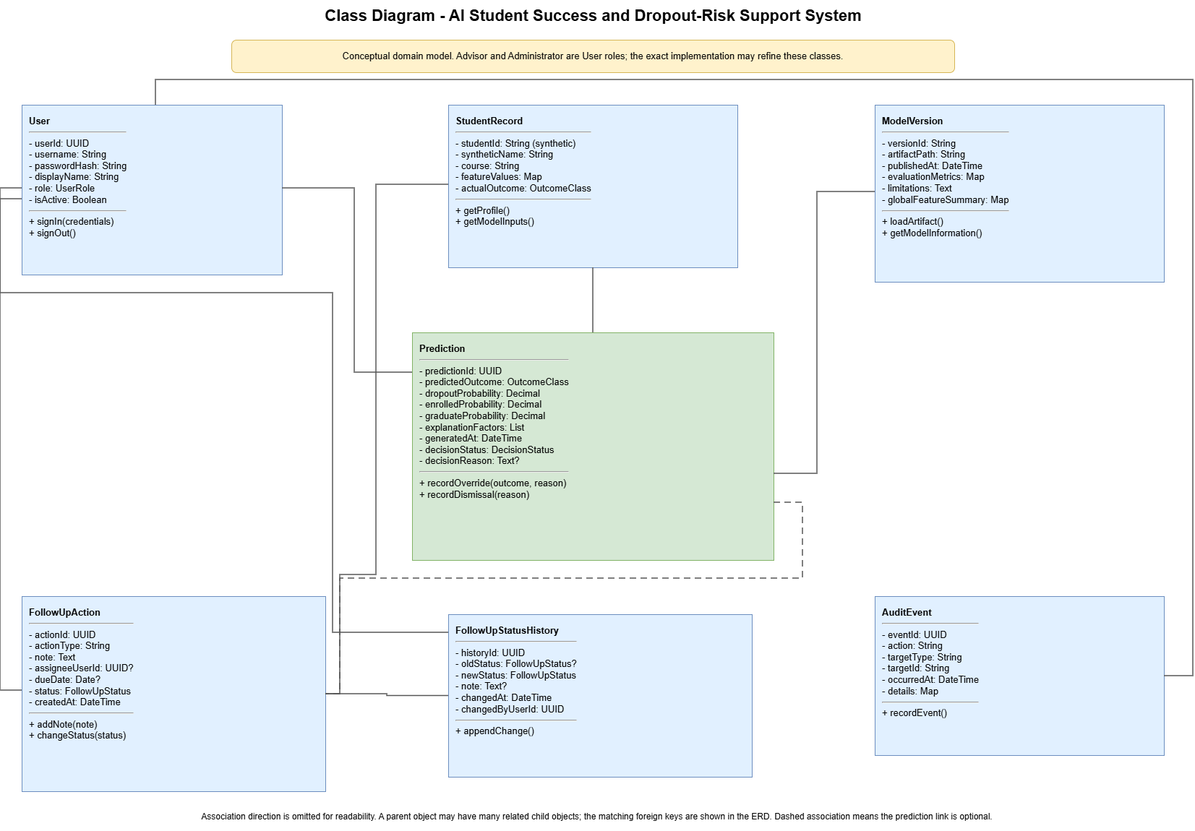
Earlier version of the draw.io export uml/rendered/class_diagram.drawio.png (zeinalmajaly/SE-GP02). Source tidied: cells renumbered, new cells last; positions are measured from the earlier drawing's top-left corner, leaving out a move shared by most shapes.
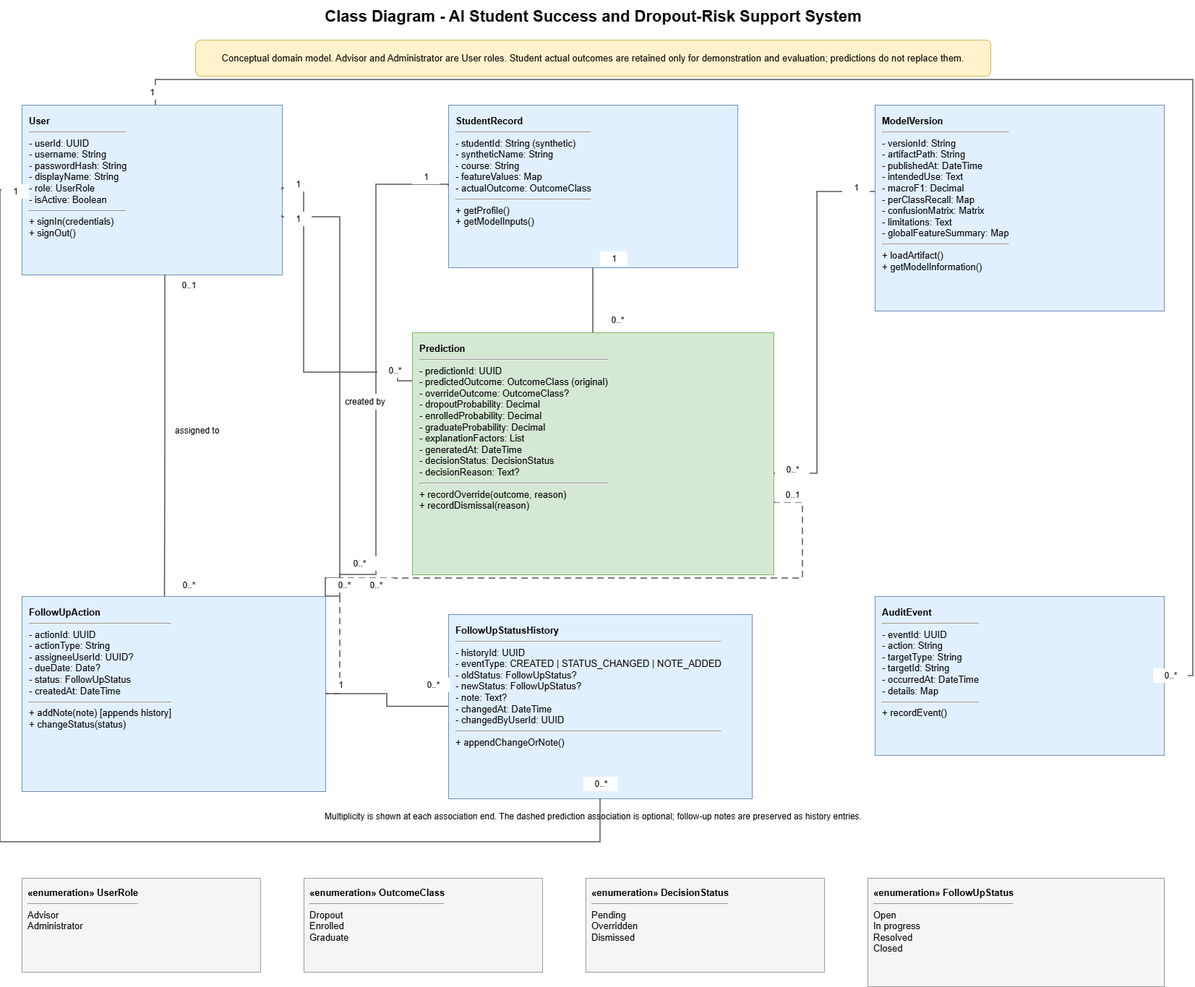
After the commit.

Commit message:
erd and class diagrams/renders fixing

Diff of the diagram source:
```diff
@@ -5,8 +5,8 @@
     <mxCell id="2" value="Class Diagram - AI Student Success and Dropout-Risk Support System" style="text;html=1;align=center;verticalAlign=middle;fontSize=22;fontStyle=1;" parent="1" vertex="1">
       <mxGeometry x="220" width="1200" height="45" as="geometry" />
     </mxCell>
-    <mxCell id="3" value="Conceptual domain model. Advisor and Administrator are User roles; the exact implementation may refine these classes." style="rounded=1;whiteSpace=wrap;html=1;fillColor=#fff2cc;strokeColor=#d6b656;fontSize=13;" parent="1" vertex="1">
-      <mxGeometry x="320" y="55" width="1000" height="45" as="geometry" />
+    <mxCell id="3" value="Conceptual domain model. Advisor and Administrator are User roles. Student actual outcomes are retained only for demonstration and evaluation; predictions do not replace them." style="rounded=1;whiteSpace=wrap;html=1;fillColor=#fff2cc;strokeColor=#d6b656;fontSize=13;" parent="1" vertex="1">
+      <mxGeometry x="270" y="55" width="1100" height="50" as="geometry" />
     </mxCell>
     <mxCell id="4" value="&lt;b&gt;User&lt;/b&gt;&lt;hr/&gt;- userId: UUID&lt;br/&gt;- username: String&lt;br/&gt;- passwordHash: String&lt;br/&gt;- displayName: String&lt;br/&gt;- role: UserRole&lt;br/&gt;- isActive: Boolean&lt;br/&gt;&lt;hr/&gt;+ signIn(credentials)&lt;br/&gt;+ signOut()" style="rounded=0;whiteSpace=wrap;html=1;fillColor=#e1f0ff;strokeColor=#6c8ebf;fontSize=13;align=left;verticalAlign=top;spacing=10;" parent="1" vertex="1">
       <mxGeometry x="30" y="145" width="360" height="235" as="geometry" />
@@ -14,26 +14,27 @@
     <mxCell id="5" value="&lt;b&gt;StudentRecord&lt;/b&gt;&lt;hr/&gt;- studentId: String (synthetic)&lt;br/&gt;- syntheticName: String&lt;br/&gt;- course: String&lt;br/&gt;- featureValues: Map&lt;br/&gt;- actualOutcome: OutcomeClass&lt;br/&gt;&lt;hr/&gt;+ getProfile()&lt;br/&gt;+ getModelInputs()" style="rounded=0;whiteSpace=wrap;html=1;fillColor=#e1f0ff;strokeColor=#6c8ebf;fontSize=13;align=left;verticalAlign=top;spacing=10;" parent="1" vertex="1">
       <mxGeometry x="620" y="145" width="400" height="225" as="geometry" />
     </mxCell>
-    <mxCell id="6" value="&lt;b&gt;ModelVersion&lt;/b&gt;&lt;hr/&gt;- versionId: String&lt;br/&gt;- artifactPath: String&lt;br/&gt;- publishedAt: DateTime&lt;br/&gt;- evaluationMetrics: Map&lt;br/&gt;- limitations: Text&lt;br/&gt;- globalFeatureSummary: Map&lt;br/&gt;&lt;hr/&gt;+ loadArtifact()&lt;br/&gt;+ getModelInformation()" style="rounded=0;whiteSpace=wrap;html=1;fillColor=#e1f0ff;strokeColor=#6c8ebf;fontSize=13;align=left;verticalAlign=top;spacing=10;" parent="1" vertex="1">
-      <mxGeometry x="1210" y="145" width="400" height="245" as="geometry" />
+    <mxCell id="6" value="&lt;b&gt;ModelVersion&lt;/b&gt;&lt;hr/&gt;- versionId: String&lt;br/&gt;- artifactPath: String&lt;br/&gt;- publishedAt: DateTime&lt;br/&gt;- intendedUse: Text&lt;br/&gt;- macroF1: Decimal&lt;br/&gt;- perClassRecall: Map&lt;br/&gt;- confusionMatrix: Matrix&lt;br/&gt;- limitations: Text&lt;br/&gt;- globalFeatureSummary: Map&lt;br/&gt;&lt;hr/&gt;+ loadArtifact()&lt;br/&gt;+ getModelInformation()" style="rounded=0;whiteSpace=wrap;html=1;fillColor=#e1f0ff;strokeColor=#6c8ebf;fontSize=13;align=left;verticalAlign=top;spacing=10;" parent="1" vertex="1">
+      <mxGeometry x="1210" y="145" width="400" height="285" as="geometry" />
     </mxCell>
-    <mxCell id="7" value="&lt;b&gt;Prediction&lt;/b&gt;&lt;hr/&gt;- predictionId: UUID&lt;br/&gt;- predictedOutcome: OutcomeClass&lt;br/&gt;- dropoutProbability: Decimal&lt;br/&gt;- enrolledProbability: Decimal&lt;br/&gt;- graduateProbability: Decimal&lt;br/&gt;- explanationFactors: List&lt;br/&gt;- generatedAt: DateTime&lt;br/&gt;- decisionStatus: DecisionStatus&lt;br/&gt;- decisionReason: Text?&lt;br/&gt;&lt;hr/&gt;+ recordOverride(outcome, reason)&lt;br/&gt;+ recordDismissal(reason)" style="rounded=0;whiteSpace=wrap;html=1;fillColor=#d5e8d4;strokeColor=#82b366;fontSize=13;align=left;verticalAlign=top;spacing=10;" parent="1" vertex="1">
-      <mxGeometry x="570" y="460" width="500" height="315" as="geometry" />
+    <mxCell id="7" value="&lt;b&gt;Prediction&lt;/b&gt;&lt;hr/&gt;- predictionId: UUID&lt;br/&gt;- predictedOutcome: OutcomeClass (original)&lt;br/&gt;- overrideOutcome: OutcomeClass?&lt;br/&gt;- dropoutProbability: Decimal&lt;br/&gt;- enrolledProbability: Decimal&lt;br/&gt;- graduateProbability: Decimal&lt;br/&gt;- explanationFactors: List&lt;br/&gt;- generatedAt: DateTime&lt;br/&gt;- decisionStatus: DecisionStatus&lt;br/&gt;- decisionReason: Text?&lt;br/&gt;&lt;hr/&gt;+ recordOverride(outcome, reason)&lt;br/&gt;+ recordDismissal(reason)" style="rounded=0;whiteSpace=wrap;html=1;fillColor=#d5e8d4;strokeColor=#82b366;fontSize=13;align=left;verticalAlign=top;spacing=10;" parent="1" vertex="1">
+      <mxGeometry x="570" y="460" width="500" height="335" as="geometry" />
     </mxCell>
-    <mxCell id="8" value="&lt;b&gt;FollowUpAction&lt;/b&gt;&lt;hr/&gt;- actionId: UUID&lt;br/&gt;- actionType: String&lt;br/&gt;- note: Text&lt;br/&gt;- assigneeUserId: UUID?&lt;br/&gt;- dueDate: Date?&lt;br/&gt;- status: FollowUpStatus&lt;br/&gt;- createdAt: DateTime&lt;br/&gt;&lt;hr/&gt;+ addNote(note)&lt;br/&gt;+ changeStatus(status)" style="rounded=0;whiteSpace=wrap;html=1;fillColor=#e1f0ff;strokeColor=#6c8ebf;fontSize=13;align=left;verticalAlign=top;spacing=10;" parent="1" vertex="1">
+    <mxCell id="8" value="&lt;b&gt;FollowUpAction&lt;/b&gt;&lt;hr/&gt;- actionId: UUID&lt;br/&gt;- actionType: String&lt;br/&gt;- assigneeUserId: UUID?&lt;br/&gt;- dueDate: Date?&lt;br/&gt;- status: FollowUpStatus&lt;br/&gt;- createdAt: DateTime&lt;br/&gt;&lt;hr/&gt;+ addNote(note) [appends history]&lt;br/&gt;+ changeStatus(status)" style="rounded=0;whiteSpace=wrap;html=1;fillColor=#e1f0ff;strokeColor=#6c8ebf;fontSize=13;align=left;verticalAlign=top;spacing=10;" parent="1" vertex="1">
       <mxGeometry x="30" y="825" width="420" height="270" as="geometry" />
     </mxCell>
-    <mxCell id="9" value="&lt;b&gt;FollowUpStatusHistory&lt;/b&gt;&lt;hr/&gt;- historyId: UUID&lt;br/&gt;- oldStatus: FollowUpStatus?&lt;br/&gt;- newStatus: FollowUpStatus&lt;br/&gt;- note: Text?&lt;br/&gt;- changedAt: DateTime&lt;br/&gt;- changedByUserId: UUID&lt;br/&gt;&lt;hr/&gt;+ appendChange()" style="rounded=0;whiteSpace=wrap;html=1;fillColor=#e1f0ff;strokeColor=#6c8ebf;fontSize=13;align=left;verticalAlign=top;spacing=10;" parent="1" vertex="1">
-      <mxGeometry x="620" y="850" width="420" height="225" as="geometry" />
+    <mxCell id="9" value="&lt;b&gt;FollowUpStatusHistory&lt;/b&gt;&lt;hr/&gt;- historyId: UUID&lt;br/&gt;- eventType: CREATED | STATUS_CHANGED | NOTE_ADDED&lt;br/&gt;- oldStatus: FollowUpStatus?&lt;br/&gt;- newStatus: FollowUpStatus?&lt;br/&gt;- note: Text?&lt;br/&gt;- changedAt: DateTime&lt;br/&gt;- changedByUserId: UUID&lt;br/&gt;&lt;hr/&gt;+ appendChangeOrNote()" style="rounded=0;whiteSpace=wrap;html=1;fillColor=#e1f0ff;strokeColor=#6c8ebf;fontSize=13;align=left;verticalAlign=top;spacing=10;" parent="1" vertex="1">
+      <mxGeometry x="620" y="850" width="420" height="255" as="geometry" />
     </mxCell>
     <mxCell id="10" value="&lt;b&gt;AuditEvent&lt;/b&gt;&lt;hr/&gt;- eventId: UUID&lt;br/&gt;- action: String&lt;br/&gt;- targetType: String&lt;br/&gt;- targetId: String&lt;br/&gt;- occurredAt: DateTime&lt;br/&gt;- details: Map&lt;br/&gt;&lt;hr/&gt;+ recordEvent()" style="rounded=0;whiteSpace=wrap;html=1;fillColor=#e1f0ff;strokeColor=#6c8ebf;fontSize=13;align=left;verticalAlign=top;spacing=10;" parent="1" vertex="1">
       <mxGeometry x="1210" y="825" width="400" height="220" as="geometry" />
     </mxCell>
-    <mxCell id="11" style="edgeStyle=orthogonalEdgeStyle;rounded=0;jettySize=auto;html=1;endArrow=none;startArrow=none;strokeWidth=1.5;strokeColor=#555555;" parent="1" edge="1" source="4" target="7">
+    <mxCell id="11" style="edgeStyle=orthogonalEdgeStyle;rounded=0;jettySize=auto;html=1;endArrow=none;startArrow=none;strokeWidth=1.5;strokeColor=#555555;exitX=1;exitY=0.5;entryX=0;entryY=0.2;" parent="1" edge="1" source="4" target="7">
       <mxGeometry relative="1" as="geometry">
         <Array as="points">
-          <mxPoint x="490" y="260" />
-          <mxPoint x="490" y="515" />
+          <mxPoint x="420" y="260" />
+          <mxPoint x="420" y="515" />
+          <mxPoint x="550" y="515" />
         </Array>
       </mxGeometry>
     </mxCell>
@@ -48,15 +49,15 @@
         </Array>
       </mxGeometry>
     </mxCell>
-    <mxCell id="14" style="edgeStyle=orthogonalEdgeStyle;rounded=0;jettySize=auto;html=1;endArrow=none;startArrow=none;strokeWidth=1.5;strokeColor=#555555;" parent="1" edge="1" source="4" target="8">
+    <mxCell id="14" style="edgeStyle=orthogonalEdgeStyle;rounded=0;jettySize=auto;html=1;endArrow=none;startArrow=none;strokeWidth=1.5;strokeColor=#555555;exitX=1;exitY=0.65;entryX=1;entryY=0;" parent="1" edge="1" source="4" target="8">
       <mxGeometry relative="1" as="geometry">
         <Array as="points">
-          <mxPoint y="260" />
-          <mxPoint y="955" />
+          <mxPoint x="470" y="300" />
+          <mxPoint x="470" y="800" />
         </Array>
       </mxGeometry>
     </mxCell>
-    <mxCell id="15" style="edgeStyle=orthogonalEdgeStyle;rounded=0;jettySize=auto;html=1;endArrow=none;startArrow=none;strokeWidth=1.5;strokeColor=#555555;" parent="1" edge="1" source="5" target="8">
+    <mxCell id="15" style="edgeStyle=orthogonalEdgeStyle;rounded=0;jettySize=auto;html=1;endArrow=none;startArrow=none;strokeWidth=1.5;strokeColor=#555555;exitX=0;exitY=0.5;entryX=1;entryY=0;" parent="1" edge="1" source="5" target="8">
       <mxGeometry relative="1" as="geometry">
         <Array as="points">
           <mxPoint x="520" y="255" />
@@ -86,18 +87,98 @@
         </Array>
       </mxGeometry>
     </mxCell>
-    <mxCell id="19" style="edgeStyle=orthogonalEdgeStyle;rounded=0;jettySize=auto;html=1;endArrow=none;startArrow=none;strokeWidth=1.5;strokeColor=#555555;" parent="1" edge="1" source="4" target="9">
+    <mxCell id="19" style="edgeStyle=orthogonalEdgeStyle;rounded=0;jettySize=auto;html=1;endArrow=none;startArrow=none;strokeWidth=1.5;strokeColor=#555555;exitX=0;exitY=0.5;entryX=0.5;entryY=1;" parent="1" edge="1" source="4" target="9">
       <mxGeometry relative="1" as="geometry">
         <Array as="points">
-          <mxPoint y="275" />
-          <mxPoint y="405" />
-          <mxPoint x="460" y="405" />
-          <mxPoint x="460" y="875" />
+          <mxPoint y="262" />
+          <mxPoint y="1165" />
+          <mxPoint x="830" y="1165" />
         </Array>
       </mxGeometry>
     </mxCell>
+    <mxCell id="21" style="edgeStyle=orthogonalEdgeStyle;rounded=0;jettySize=auto;html=1;endArrow=none;startArrow=none;strokeWidth=1.5;strokeColor=#555555;exitX=0.55;exitY=1;entryX=0.47;entryY=0;" parent="1" edge="1" source="4" target="8">
+      <mxGeometry relative="1" as="geometry" />
+    </mxCell>
-    <mxCell id="20" value="Association direction is omitted for readability. A parent object may have many related child objects; the matching foreign keys are shown in the ERD. Dashed association means the prediction link is optional." style="text;html=1;align=center;verticalAlign=middle;fontSize=12;" parent="1" vertex="1">
-      <mxGeometry x="300" y="1110" width="1050" height="40" as="geometry" />
+    <mxCell id="20" value="Multiplicity is shown at each association end. The dashed prediction association is optional; follow-up notes are preserved as history entries." style="text;html=1;align=center;verticalAlign=middle;fontSize=12;" parent="1" vertex="1">
+      <mxGeometry x="270" y="1110" width="1100" height="40" as="geometry" />
     </mxCell>
+    <mxCell id="22" value="1" style="text;html=1;align=center;verticalAlign=middle;fontSize=12;fillColor=#FFFFFF;strokeColor=none;" parent="1" vertex="1">
+      <mxGeometry x="393" y="245" width="38" height="20" as="geometry" />
+    </mxCell>
+    <mxCell id="23" value="0..*" style="text;html=1;align=center;verticalAlign=middle;fontSize=12;fillColor=#FFFFFF;strokeColor=none;" parent="1" vertex="1">
+      <mxGeometry x="522" y="503" width="48" height="20" as="geometry" />
+    </mxCell>
+    <mxCell id="24" value="1" style="text;html=1;align=center;verticalAlign=middle;fontSize=12;fillColor=#FFFFFF;strokeColor=none;" parent="1" vertex="1">
+      <mxGeometry x="830" y="348" width="38" height="20" as="geometry" />
+    </mxCell>
+    <mxCell id="25" value="0..*" style="text;html=1;align=center;verticalAlign=middle;fontSize=12;fillColor=#FFFFFF;strokeColor=none;" parent="1" vertex="1">
+      <mxGeometry x="830" y="433" width="48" height="20" as="geometry" />
+    </mxCell>
+    <mxCell id="26" value="1" style="text;html=1;align=center;verticalAlign=middle;fontSize=12;fillColor=#FFFFFF;strokeColor=none;" parent="1" vertex="1">
+      <mxGeometry x="1165" y="250" width="38" height="20" as="geometry" />
+    </mxCell>
+    <mxCell id="27" value="0..*" style="text;html=1;align=center;verticalAlign=middle;fontSize=12;fillColor=#FFFFFF;strokeColor=none;" parent="1" vertex="1">
+      <mxGeometry x="1072" y="640" width="48" height="20" as="geometry" />
+    </mxCell>
+    <mxCell id="28" value="1" style="text;html=1;align=center;verticalAlign=middle;fontSize=12;fillColor=#FFFFFF;strokeColor=none;" parent="1" vertex="1">
+      <mxGeometry x="393" y="293" width="38" height="20" as="geometry" />
+    </mxCell>
+    <mxCell id="29" value="0..*" style="text;html=1;align=center;verticalAlign=middle;fontSize=12;fillColor=#FFFFFF;strokeColor=none;" parent="1" vertex="1">
+      <mxGeometry x="452" y="800" width="48" height="20" as="geometry" />
+    </mxCell>
+    <mxCell id="30" value="1" style="text;html=1;align=center;verticalAlign=middle;fontSize=12;fillColor=#FFFFFF;strokeColor=none;" parent="1" vertex="1">
+      <mxGeometry x="570" y="235" width="38" height="20" as="geometry" />
+    </mxCell>
+    <mxCell id="31" value="0..*" style="text;html=1;align=center;verticalAlign=middle;fontSize=12;fillColor=#FFFFFF;strokeColor=none;" parent="1" vertex="1">
+      <mxGeometry x="473" y="770" width="48" height="20" as="geometry" />
+    </mxCell>
+    <mxCell id="32" value="0..1" style="text;html=1;align=center;verticalAlign=middle;fontSize=12;fillColor=#FFFFFF;strokeColor=none;" parent="1" vertex="1">
+      <mxGeometry x="1072" y="675" width="48" height="20" as="geometry" />
+    </mxCell>
+    <mxCell id="33" value="0..*" style="text;html=1;align=center;verticalAlign=middle;fontSize=12;fillColor=#FFFFFF;strokeColor=none;" parent="1" vertex="1">
+      <mxGeometry x="496" y="800" width="48" height="20" as="geometry" />
+    </mxCell>
+    <mxCell id="34" value="1" style="text;html=1;align=center;verticalAlign=middle;fontSize=12;fillColor=#FFFFFF;strokeColor=none;" parent="1" vertex="1">
+      <mxGeometry x="452" y="938" width="38" height="20" as="geometry" />
+    </mxCell>
+    <mxCell id="35" value="0..*" style="text;html=1;align=center;verticalAlign=middle;fontSize=12;fillColor=#FFFFFF;strokeColor=none;" parent="1" vertex="1">
+      <mxGeometry x="575" y="938" width="48" height="20" as="geometry" />
+    </mxCell>
+    <mxCell id="36" value="1" style="text;html=1;align=center;verticalAlign=middle;fontSize=12;fillColor=#FFFFFF;strokeColor=none;" parent="1" vertex="1">
+      <mxGeometry x="191" y="118" width="38" height="20" as="geometry" />
+    </mxCell>
+    <mxCell id="37" value="0..*" style="text;html=1;align=center;verticalAlign=middle;fontSize=12;fillColor=#FFFFFF;strokeColor=none;" parent="1" vertex="1">
+      <mxGeometry x="1595" y="925" width="48" height="20" as="geometry" />
+    </mxCell>
+    <mxCell id="38" value="1" style="text;html=1;align=center;verticalAlign=middle;fontSize=12;fillColor=#FFFFFF;strokeColor=none;" parent="1" vertex="1">
+      <mxGeometry x="2" y="255" width="38" height="20" as="geometry" />
+    </mxCell>
+    <mxCell id="39" value="0..*" style="text;html=1;align=center;verticalAlign=middle;fontSize=12;fillColor=#FFFFFF;strokeColor=none;" parent="1" vertex="1">
+      <mxGeometry x="807" y="1075" width="48" height="20" as="geometry" />
+    </mxCell>
+    <mxCell id="40" value="0..1" style="text;html=1;align=center;verticalAlign=middle;fontSize=12;fillColor=#FFFFFF;strokeColor=none;" parent="1" vertex="1">
+      <mxGeometry x="237" y="385" width="48" height="20" as="geometry" />
+    </mxCell>
+    <mxCell id="41" value="0..*" style="text;html=1;align=center;verticalAlign=middle;fontSize=12;fillColor=#FFFFFF;strokeColor=none;" parent="1" vertex="1">
+      <mxGeometry x="237" y="800" width="48" height="20" as="geometry" />
+    </mxCell>
+    <mxCell id="42" value="&lt;b&gt;«enumeration» UserRole&lt;/b&gt;&lt;hr/&gt;Advisor&lt;br/&gt;Administrator" style="rounded=0;whiteSpace=wrap;html=1;fillColor=#f5f5f5;strokeColor=#999999;fontSize=13;align=left;verticalAlign=top;spacing=8;" parent="1" vertex="1">
+      <mxGeometry x="30" y="1215" width="330" height="130" as="geometry" />
+    </mxCell>
+    <mxCell id="43" value="&lt;b&gt;«enumeration» OutcomeClass&lt;/b&gt;&lt;hr/&gt;Dropout&lt;br/&gt;Enrolled&lt;br/&gt;Graduate" style="rounded=0;whiteSpace=wrap;html=1;fillColor=#f5f5f5;strokeColor=#999999;fontSize=13;align=left;verticalAlign=top;spacing=8;" parent="1" vertex="1">
+      <mxGeometry x="420" y="1215" width="330" height="130" as="geometry" />
+    </mxCell>
+    <mxCell id="44" value="&lt;b&gt;«enumeration» DecisionStatus&lt;/b&gt;&lt;hr/&gt;Pending&lt;br/&gt;Overridden&lt;br/&gt;Dismissed" style="rounded=0;whiteSpace=wrap;html=1;fillColor=#f5f5f5;strokeColor=#999999;fontSize=13;align=left;verticalAlign=top;spacing=8;" parent="1" vertex="1">
+      <mxGeometry x="810" y="1215" width="330" height="130" as="geometry" />
+    </mxCell>
+    <mxCell id="45" value="&lt;b&gt;«enumeration» FollowUpStatus&lt;/b&gt;&lt;hr/&gt;Open&lt;br/&gt;In progress&lt;br/&gt;Resolved&lt;br/&gt;Closed" style="rounded=0;whiteSpace=wrap;html=1;fillColor=#f5f5f5;strokeColor=#999999;fontSize=13;align=left;verticalAlign=top;spacing=8;" parent="1" vertex="1">
+      <mxGeometry x="1200" y="1215" width="410" height="150" as="geometry" />
+    </mxCell>
+    <mxCell id="46" value="created by" style="text;html=1;align=left;verticalAlign=middle;fontSize=12;fillColor=#FFFFFF;strokeColor=none;" parent="1" vertex="1">
+      <mxGeometry x="475" y="545" width="90" height="22" as="geometry" />
+    </mxCell>
+    <mxCell id="47" value="assigned to" style="text;html=1;align=left;verticalAlign=middle;fontSize=12;fillColor=#FFFFFF;strokeColor=none;" parent="1" vertex="1">
+      <mxGeometry x="240" y="585" width="85" height="22" as="geometry" />
+    </mxCell>
   </root>
 </mxGraphModel>
```
